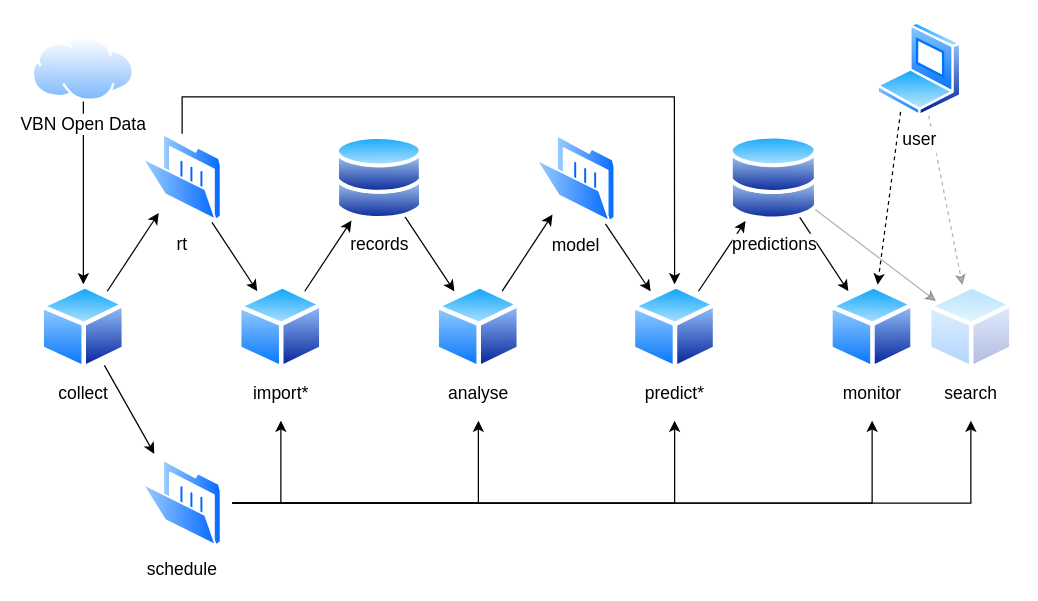
The draw.io diagram assets/demoweek/stack.drawio in dystonse/dystonse.github.io, before the edit. Source tidied: cells renumbered, new cells numbered last; positions are measured from the earlier drawing's top-left corner, leaving out a move shared by most shapes. Both pictures are drawn from the tidied source at 125%, with x=0, y=0 at pixel (31, 21).
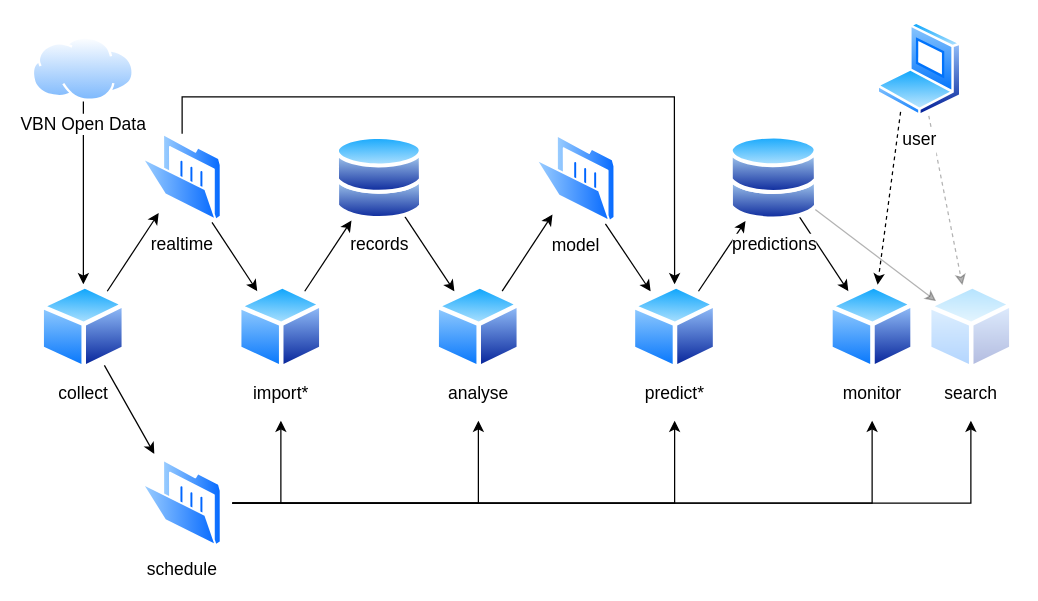
After the change.

Change to the diagram source:
```diff
@@
-    <mxCell id="31" value="rt" style="perimeter=ellipsePerimeter;html=1;align=center;shadow=0;dashed=0;spacingTop=3;image;image=img/lib/active_directory/folder_open.svg;fontSize=14;" parent="1" vertex="1">
+    <mxCell id="31" value="realtime" style="perimeter=ellipsePerimeter;html=1;align=center;shadow=0;dashed=0;spacingTop=3;image;image=img/lib/active_directory/folder_open.svg;fontSize=14;" parent="1" vertex="1">
       <mxGeometry x="88" y="89.5" width="64.4" height="70" as="geometry" />
     </mxCell>
```
